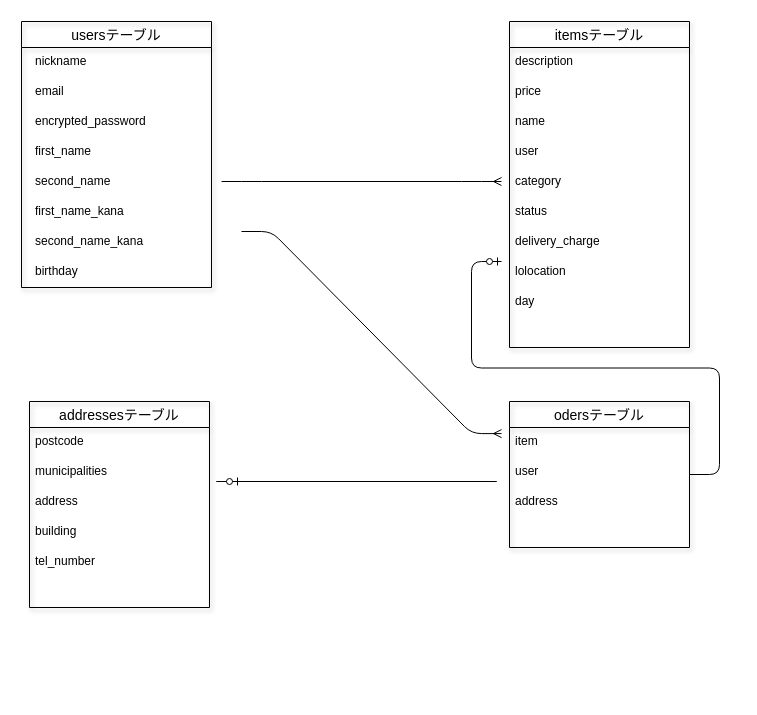
Before: ER.dio in pamapama1/furima-37270, a draw.io diagram. Source tidied: cells renumbered, new cells numbered last; positions are measured from the earlier drawing's top-left corner, leaving out a move shared by most shapes. Both pictures are drawn from the tidied source at 100%, with x=0, y=0 at pixel (21, 21).
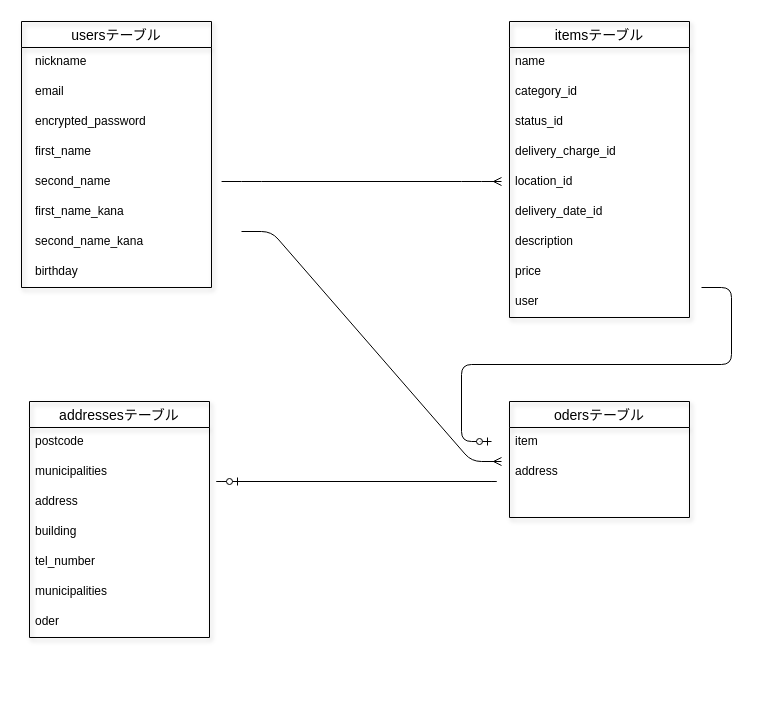
Above is the later version.

Unchanged cells that the change refers to:
```xml
<mxCell id="12" style="group;" parent="1" vertex="1">
  <mxGeometry x="480" width="198" height="296" as="geometry" />
</mxCell>
<mxCell id="25" style="group;" parent="1" vertex="1">
  <mxGeometry x="480" y="380" width="198" height="296" as="geometry" />
</mxCell>
<mxCell id="31" style="group;" parent="1" vertex="1">
  <mxGeometry y="380" width="198" height="296" as="geometry" />
</mxCell>
```

Change to the diagram source:
```diff
@@
     <mxCell id="13" value="itemsテーブル" style="swimlane;fontStyle=0;horizontal=1;startSize=26;align=center;fontSize=14;shadow=1;strokeColor=default;fillColor=none;" parent="12" vertex="1">
-      <mxGeometry x="8" width="180" height="326" as="geometry" />
+      <mxGeometry x="8" width="180" height="296" as="geometry" />
     </mxCell>
-    <mxCell id="14" value="description" style="text;strokeColor=none;fillColor=none;spacingLeft=4;spacingRight=4;overflow=hidden;fontSize=12;shadow=1;" parent="13" vertex="1">
+    <mxCell id="14" value="name" style="text;strokeColor=none;fillColor=none;spacingLeft=4;spacingRight=4;overflow=hidden;fontSize=12;shadow=1;" parent="13" vertex="1">
       <mxGeometry y="26" width="180" height="30" as="geometry" />
     </mxCell>
-    <mxCell id="15" value="price" style="text;strokeColor=none;fillColor=none;spacingLeft=4;spacingRight=4;overflow=hidden;fontSize=12;shadow=1;" parent="13" vertex="1">
-      <mxGeometry y="56" width="180" height="30" as="geometry" />
-    </mxCell>
-    <mxCell id="16" value="name" style="text;strokeColor=none;fillColor=none;spacingLeft=4;spacingRight=4;overflow=hidden;fontSize=12;shadow=1;" parent="13" vertex="1">
-      <mxGeometry y="86" width="180" height="30" as="geometry" />
+    <mxCell id="16" value="category_id" style="text;strokeColor=none;fillColor=none;spacingLeft=4;spacingRight=4;overflow=hidden;fontSize=12;shadow=1;" parent="13" vertex="1">
+      <mxGeometry y="56" width="180" height="30" as="geometry" />
     </mxCell>
-    <mxCell id="17" value="user" style="text;strokeColor=none;fillColor=none;spacingLeft=4;spacingRight=4;overflow=hidden;fontSize=12;shadow=1;" parent="13" vertex="1">
-      <mxGeometry y="116" width="180" height="30" as="geometry" />
+    <mxCell id="17" value="status_id" style="text;strokeColor=none;fillColor=none;spacingLeft=4;spacingRight=4;overflow=hidden;fontSize=12;shadow=1;" parent="13" vertex="1">
+      <mxGeometry y="86" width="180" height="30" as="geometry" />
     </mxCell>
-    <mxCell id="18" value="category" style="text;strokeColor=none;fillColor=none;spacingLeft=4;spacingRight=4;overflow=hidden;fontSize=12;shadow=1;" parent="13" vertex="1">
-      <mxGeometry y="146" width="180" height="30" as="geometry" />
+    <mxCell id="18" value="delivery_charge_id" style="text;strokeColor=none;fillColor=none;spacingLeft=4;spacingRight=4;overflow=hidden;fontSize=12;shadow=1;" parent="13" vertex="1">
+      <mxGeometry y="116" width="180" height="30" as="geometry" />
     </mxCell>
-    <mxCell id="19" value="status" style="text;strokeColor=none;fillColor=none;spacingLeft=4;spacingRight=4;overflow=hidden;fontSize=12;shadow=1;" parent="13" vertex="1">
-      <mxGeometry y="176" width="180" height="30" as="geometry" />
+    <mxCell id="19" value="location_id" style="text;strokeColor=none;fillColor=none;spacingLeft=4;spacingRight=4;overflow=hidden;fontSize=12;shadow=1;" parent="13" vertex="1">
+      <mxGeometry y="146" width="180" height="30" as="geometry" />
     </mxCell>
-    <mxCell id="20" value="delivery_charge" style="text;strokeColor=none;fillColor=none;spacingLeft=4;spacingRight=4;overflow=hidden;fontSize=12;shadow=1;" parent="13" vertex="1">
-      <mxGeometry y="206" width="180" height="30" as="geometry" />
+    <mxCell id="20" value="delivery_date_id" style="text;strokeColor=none;fillColor=none;spacingLeft=4;spacingRight=4;overflow=hidden;fontSize=12;shadow=1;" parent="13" vertex="1">
+      <mxGeometry y="176" width="180" height="30" as="geometry" />
     </mxCell>
-    <mxCell id="21" value="lolocation" style="text;strokeColor=none;fillColor=none;spacingLeft=4;spacingRight=4;overflow=hidden;fontSize=12;shadow=1;" parent="13" vertex="1">
-      <mxGeometry y="236" width="180" height="30" as="geometry" />
+    <mxCell id="21" value="description" style="text;strokeColor=none;fillColor=none;spacingLeft=4;spacingRight=4;overflow=hidden;fontSize=12;shadow=1;" parent="13" vertex="1">
+      <mxGeometry y="206" width="180" height="30" as="geometry" />
     </mxCell>
-    <mxCell id="22" value="day" style="text;strokeColor=none;fillColor=none;spacingLeft=4;spacingRight=4;overflow=hidden;fontSize=12;shadow=1;" parent="13" vertex="1">
-      <mxGeometry y="266" width="180" height="30" as="geometry" />
+    <mxCell id="22" value="price" style="text;strokeColor=none;fillColor=none;spacingLeft=4;spacingRight=4;overflow=hidden;fontSize=12;shadow=1;" parent="13" vertex="1">
+      <mxGeometry y="236" width="180" height="30" as="geometry" />
     </mxCell>
-    <mxCell id="23" style="text;strokeColor=none;fillColor=none;spacingLeft=4;spacingRight=4;overflow=hidden;fontSize=12;shadow=1;" parent="13" vertex="1">
-      <mxGeometry y="296" width="180" height="30" as="geometry" />
+    <mxCell id="23" value="user" style="text;strokeColor=none;fillColor=none;spacingLeft=4;spacingRight=4;overflow=hidden;fontSize=12;shadow=1;" parent="13" vertex="1">
+      <mxGeometry y="266" width="180" height="30" as="geometry" />
     </mxCell>
@@
     <mxCell id="26" value="odersテーブル" style="swimlane;fontStyle=0;horizontal=1;startSize=26;align=center;fontSize=14;shadow=1;strokeColor=default;fillColor=none;" parent="25" vertex="1">
-      <mxGeometry x="8" width="180" height="146" as="geometry" />
+      <mxGeometry x="8" width="180" height="116" as="geometry" />
     </mxCell>
@@
-    <mxCell id="28" value="user" style="text;strokeColor=none;fillColor=none;spacingLeft=4;spacingRight=4;overflow=hidden;fontSize=12;shadow=1;" parent="26" vertex="1">
-      <mxGeometry y="56" width="180" height="30" as="geometry" />
-    </mxCell>
     <mxCell id="29" value="address" style="text;strokeColor=none;fillColor=none;spacingLeft=4;spacingRight=4;overflow=hidden;fontSize=12;shadow=1;" parent="26" vertex="1">
-      <mxGeometry y="86" width="180" height="30" as="geometry" />
+      <mxGeometry y="56" width="180" height="30" as="geometry" />
     </mxCell>
     <mxCell id="30" style="text;strokeColor=none;fillColor=none;spacingLeft=4;spacingRight=4;overflow=hidden;fontSize=12;shadow=1;" parent="26" vertex="1">
-      <mxGeometry y="116" width="180" height="30" as="geometry" />
+      <mxGeometry y="86" width="180" height="30" as="geometry" />
     </mxCell>
@@
     <mxCell id="32" value="addressesテーブル" style="swimlane;fontStyle=0;horizontal=1;startSize=26;align=center;fontSize=14;shadow=1;strokeColor=default;fillColor=none;" parent="31" vertex="1">
-      <mxGeometry x="8" width="180" height="206" as="geometry" />
+      <mxGeometry x="8" width="180" height="236" as="geometry" />
     </mxCell>
@@
-    <mxCell id="38" style="text;strokeColor=none;fillColor=none;spacingLeft=4;spacingRight=4;overflow=hidden;fontSize=12;shadow=1;" parent="32" vertex="1">
+    <mxCell id="38" value="municipalities" style="text;strokeColor=none;fillColor=none;spacingLeft=4;spacingRight=4;overflow=hidden;fontSize=12;shadow=1;" parent="32" vertex="1">
       <mxGeometry y="176" width="180" height="30" as="geometry" />
     </mxCell>
+    <mxCell id="42" value="oder" style="text;strokeColor=none;fillColor=none;spacingLeft=4;spacingRight=4;overflow=hidden;fontSize=12;shadow=1;" parent="32" vertex="1">
+      <mxGeometry y="206" width="180" height="30" as="geometry" />
+    </mxCell>
     <mxCell id="39" style="edgeStyle=entityRelationEdgeStyle;fontSize=1;html=1;endArrow=ERmany;targetPerimeterSpacing=0;strokeWidth=1;" parent="1" edge="1">
       <mxGeometry relative="1" as="geometry">
         <mxPoint x="220" y="210" as="sourcePoint" />
-        <mxPoint x="480" y="412.1" as="targetPoint" />
+        <mxPoint x="480" y="440" as="targetPoint" />
       </mxGeometry>
     </mxCell>
@@
-    <mxCell id="41" style="edgeStyle=entityRelationEdgeStyle;fontSize=12;html=1;endArrow=ERzeroToOne;endFill=1;targetPerimeterSpacing=0;strokeWidth=1;" parent="1" edge="1" source="26">
+    <mxCell id="41" style="edgeStyle=entityRelationEdgeStyle;fontSize=12;html=1;endArrow=ERzeroToOne;endFill=1;targetPerimeterSpacing=0;strokeWidth=1;" parent="1" edge="1">
       <mxGeometry relative="1" as="geometry">
-        <mxPoint x="480" y="240" as="targetPoint" />
+        <mxPoint x="680" y="266" as="sourcePoint" />
+        <mxPoint x="470" y="420" as="targetPoint" />
       </mxGeometry>
     </mxCell>
+    <mxCell id="43" value="Text" style="edgeLabel;html=1;align=center;verticalAlign=middle;fontSize=1;" parent="41" vertex="1">
+      <mxGeometry x="0.95" y="1" relative="1" as="geometry" />
+    </mxCell>
```
